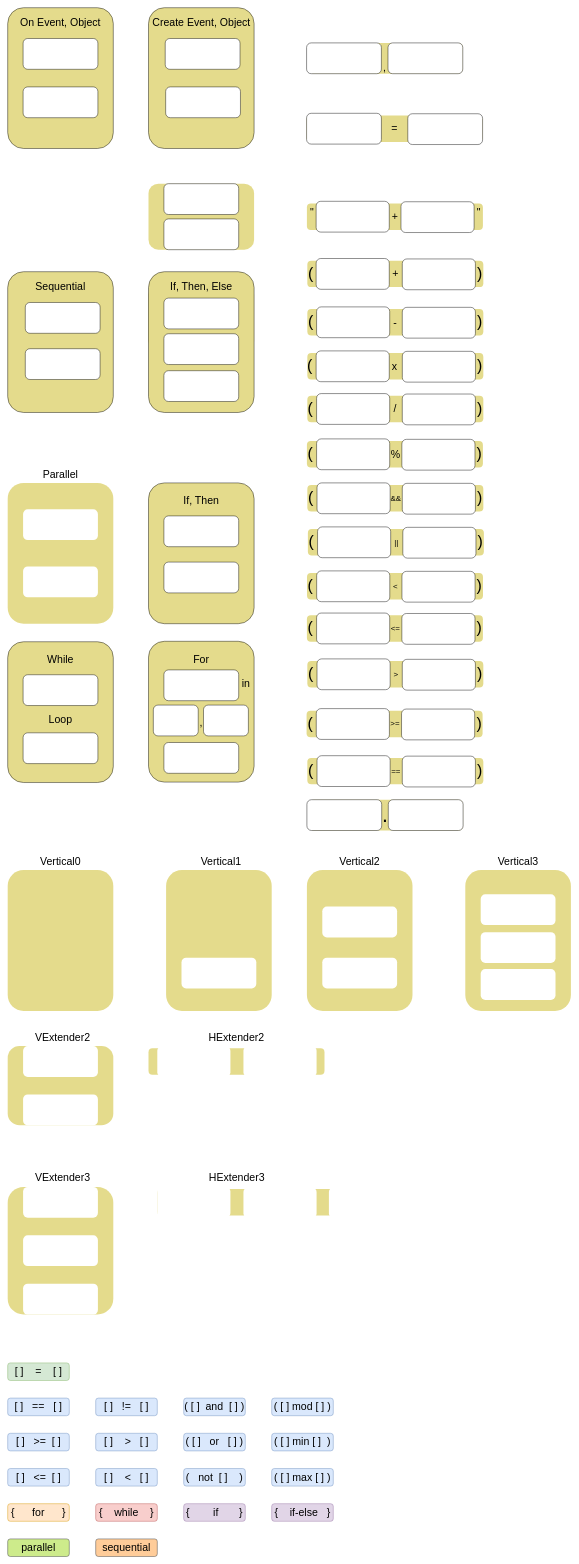
Before: GraphBlocks.drawio in CrayonScript/crayonscript-intellij-plugin, a draw.io diagram. Source tidied: cells renumbered, new cells numbered last; positions are measured from the earlier drawing's top-left corner, leaving out a move shared by most shapes. Both pictures are drawn from the tidied source at 44%, with x=0, y=0 at pixel (7, 7).
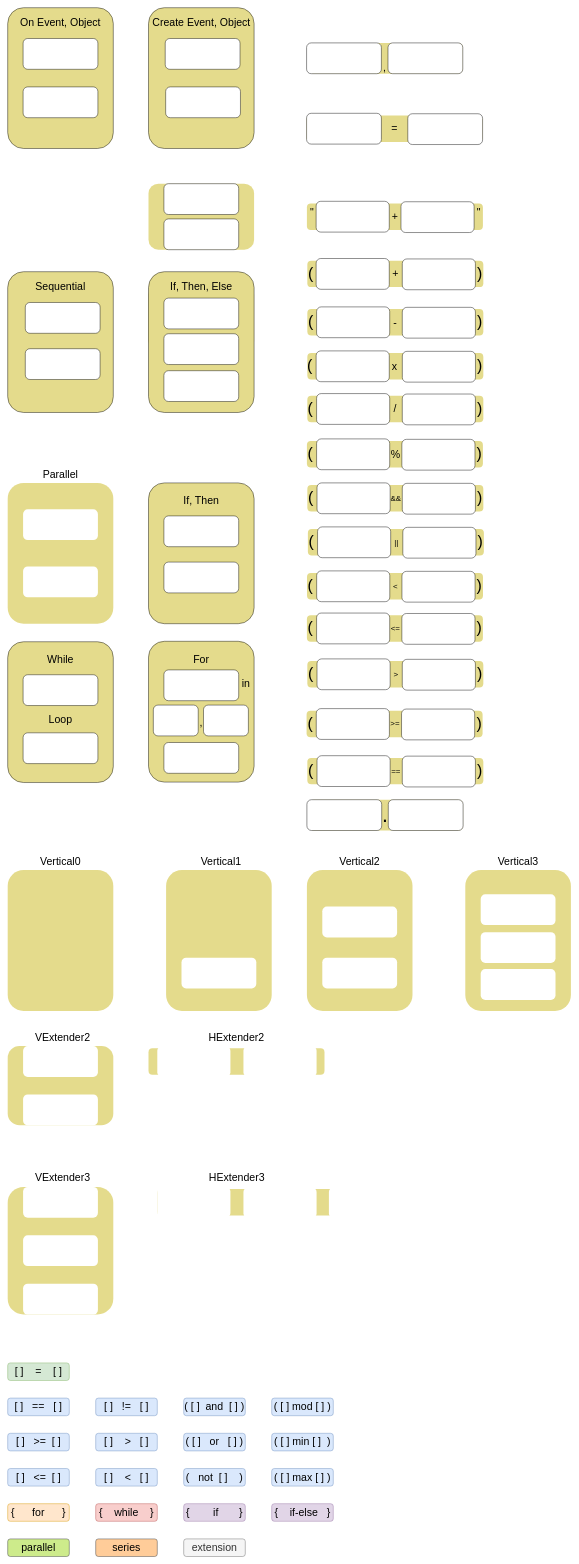
The same diagram, later.

The edit, as a diff of the source:
```diff
@@
-    <mxCell id="214" value="sequential" style="rounded=1;whiteSpace=wrap;html=1;fillColor=#ffcc99;fontSize=24;strokeColor=#36393d;" parent="1" vertex="1">
+    <mxCell id="214" value="series" style="rounded=1;whiteSpace=wrap;html=1;fillColor=#ffcc99;fontSize=24;strokeColor=#36393d;" parent="1" vertex="1">
       <mxGeometry x="200" y="3480" width="140" height="40" as="geometry" />
     </mxCell>
+    <mxCell id="215" value="extension" style="rounded=1;whiteSpace=wrap;html=1;fillColor=#f5f5f5;fontSize=24;strokeColor=#666666;fontColor=#333333;" parent="1" vertex="1">
+      <mxGeometry x="400" y="3480" width="140" height="40" as="geometry" />
+    </mxCell>
```
